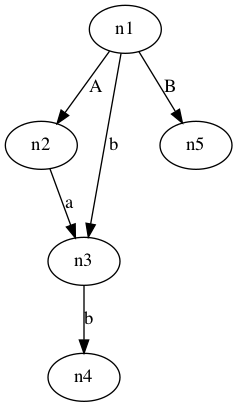
Earlier version of the Graphviz export test.gv.png (TalbenXu/CFG_Solver). Its source is kept beside it as test.gv.
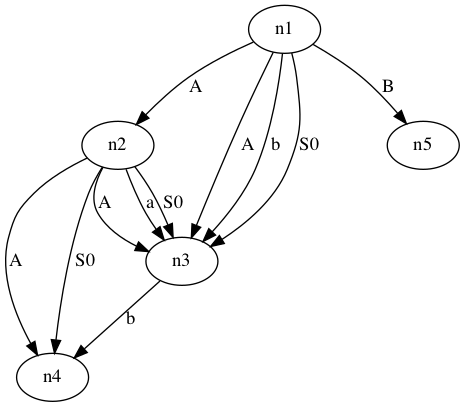
Above is the later version.

Change to the diagram source:
```diff
@@ -5,8 +5,14 @@
 	n4;
 	n5;
 	n1->n2[label="A"]
+	n2->n4[label="A"]
+	n2->n3[label="A"]
+	n1->n3[label="A"]
 	n2->n3[label="a"]
 	n1->n3[label="b"]
 	n3->n4[label="b"]
 	n1->n5[label="B"]
+	n2->n4[label="S0"]
+	n2->n3[label="S0"]
+	n1->n3[label="S0"]
 }
```
